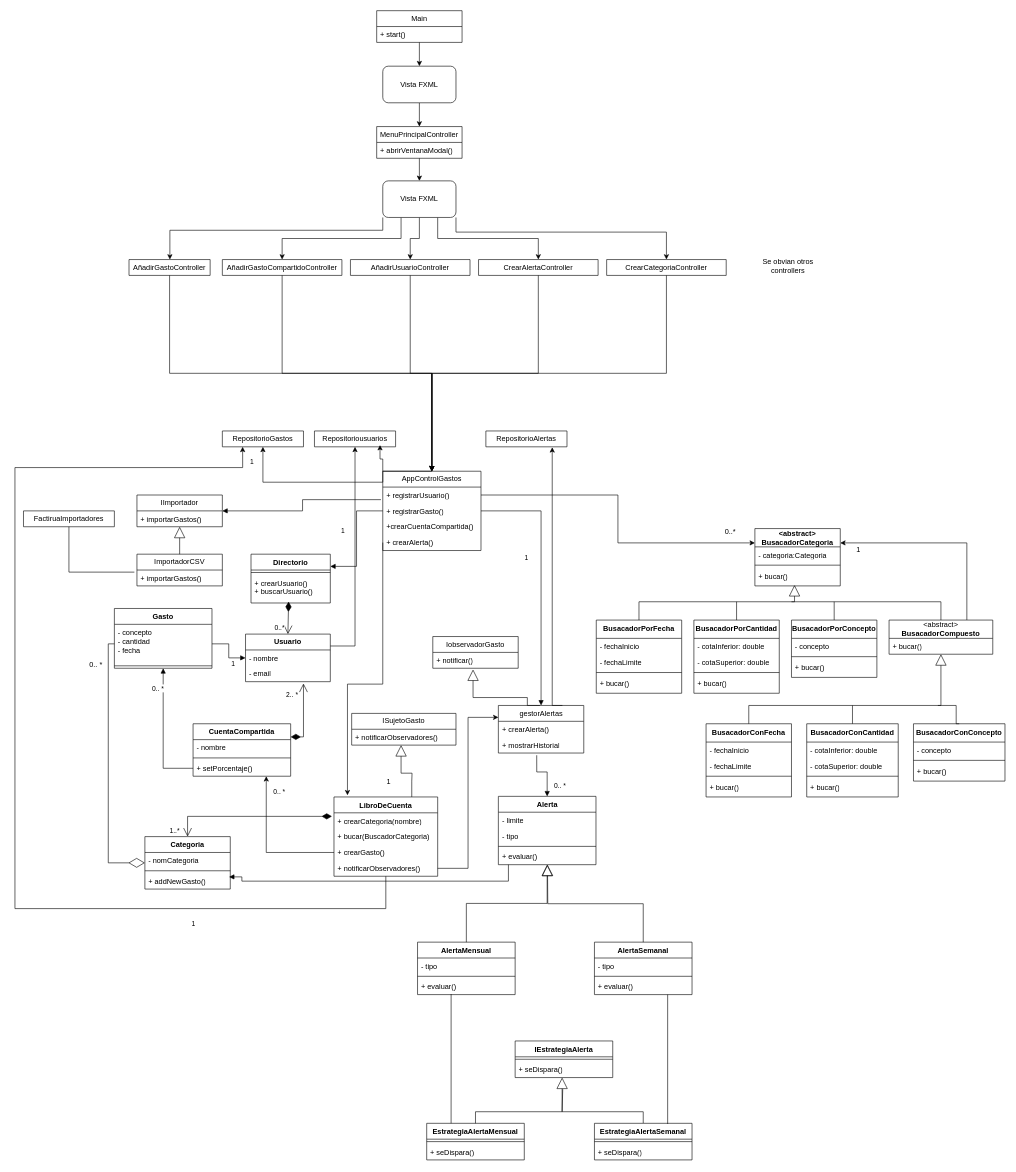
Earlier version of the draw.io diagram docs/DiagramaDeClases.drawio (seryotm2/Practica1_TDS). Source tidied: cells renumbered, new cells numbered last; positions are measured from the earlier drawing's top-left corner, leaving out a move shared by most shapes. Both pictures are drawn from the tidied source at 61%, with x=0, y=0 at pixel (15, 10).
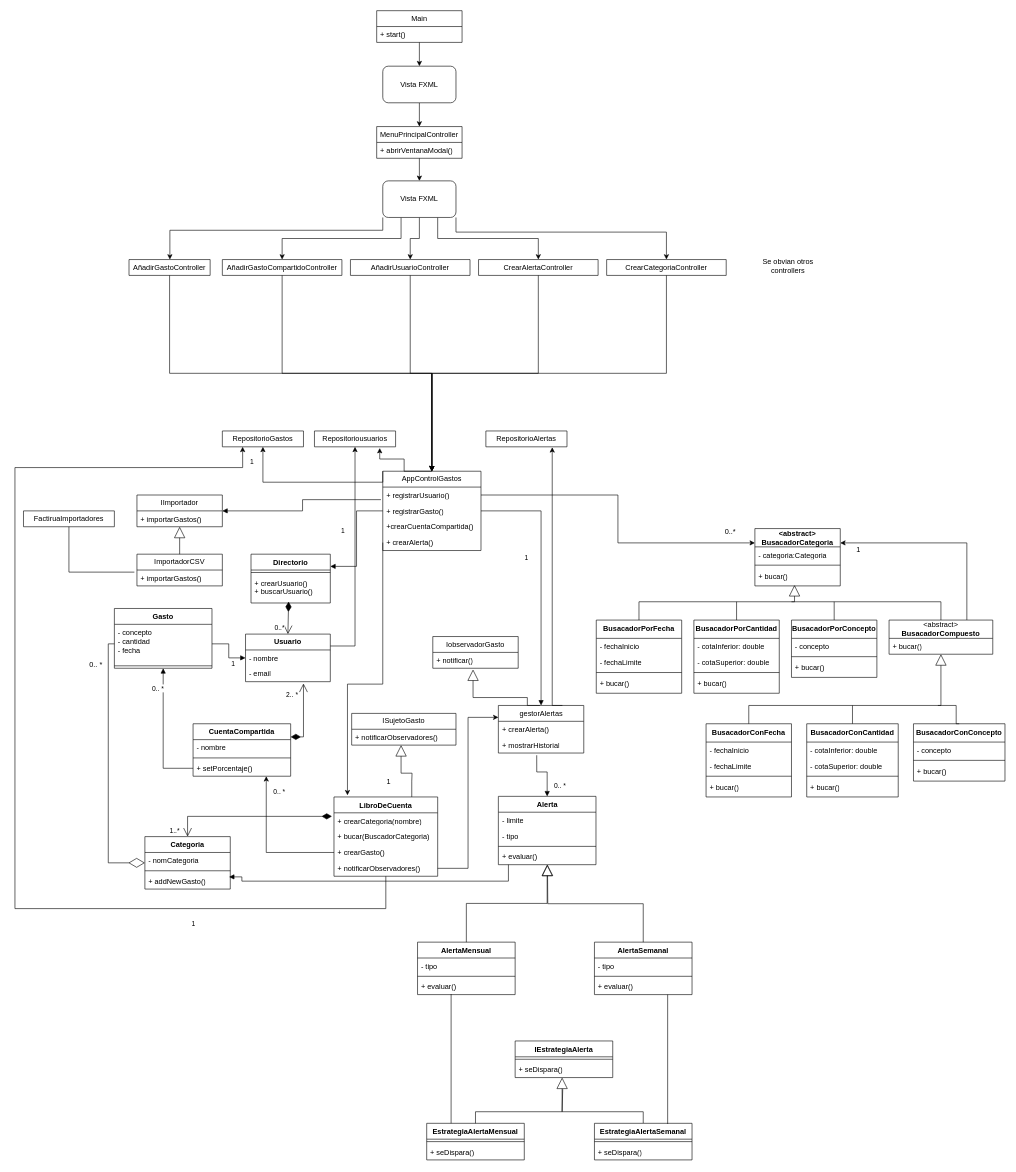
After the change.

The change refers to these unchanged cells:
```xml
<mxCell id="37" value="AppControlGastos" style="swimlane;fontStyle=0;horizontal=1;startSize=26;fillColor=none;whiteSpace=wrap;html=1;" parent="1" vertex="1">
  <mxGeometry x="603" y="755" width="161" height="130" as="geometry" />
</mxCell>
<mxCell id="139" value="Repositoriousuarios" style="swimlane;fontStyle=0;horizontal=1;startSize=26;fillColor=none;whiteSpace=wrap;html=1;" parent="1" vertex="1" collapsed="1">
  <mxGeometry x="491" y="689" width="133" height="26" as="geometry" />
</mxCell>
```

The edit, as a diff of the source:
```diff
@@
-    <mxCell id="140" style="edgeStyle=orthogonalEdgeStyle;rounded=0;jettySize=auto;html=1;exitX=0.5;exitY=0;exitDx=0;exitDy=0;entryX=0.808;entryY=0.891;entryDx=0;entryDy=0;entryPerimeter=0;" parent="1" edge="1" source="37" target="139">
+    <mxCell id="140" style="edgeStyle=orthogonalEdgeStyle;rounded=0;jettySize=auto;html=1;exitX=0.5;exitY=0;exitDx=0;exitDy=0;" parent="1" edge="1" source="37">
       <mxGeometry relative="1" as="geometry">
+        <mxPoint x="598" y="717" as="targetPoint" />
         <Array as="points">
-          <mxPoint x="603" y="755" />
-          <mxPoint x="603" y="735" />
+          <mxPoint x="638" y="755" />
+          <mxPoint x="638" y="735" />
           <mxPoint x="598" y="735" />
         </Array>
       </mxGeometry>
     </mxCell>
```
